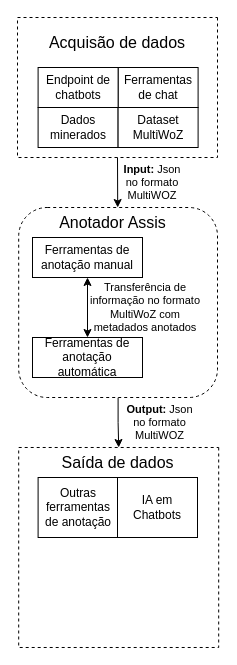
Earlier version of the draw.io diagram Paper/Diagrams/methodology_many_tools.drawio (Ze-Carioca-Team/Anotador). Source tidied: cells renumbered, new cells numbered last; positions are measured from the earlier drawing's top-left corner, leaving out a move shared by most shapes. Both pictures are drawn from the tidied source at 100%, with x=0, y=0 at pixel (17, 17).
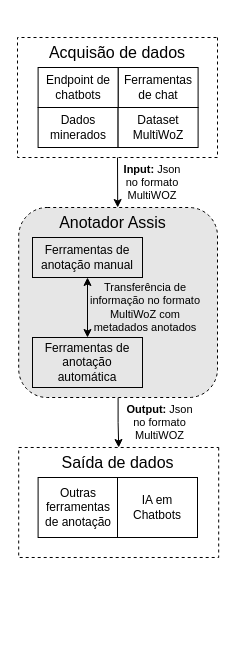
The same diagram, later.

Commit message:
Fixed spacing and added greyish colour

Diff of the diagram source:
```diff
@@
-    <mxCell id="3" style="rounded=1;whiteSpace=wrap;html=1;dashed=1;" parent="1" vertex="1">
+    <mxCell id="3" style="rounded=1;whiteSpace=wrap;html=1;dashed=1;fillColor=#E6E6E6;" parent="1" vertex="1">
       <mxGeometry x="1.2" y="190" width="198.8" height="190" as="geometry" />
     </mxCell>
-    <mxCell id="4" style="rounded=1;whiteSpace=wrap;html=1;dashed=1;rotation=0;direction=south;arcSize=0;" parent="1" vertex="1">
-      <mxGeometry width="200" height="140" as="geometry" />
+    <mxCell id="4" style="rounded=1;whiteSpace=wrap;html=1;dashed=1;rotation=0;direction=south;arcSize=0;fillColor=none;" parent="1" vertex="1">
+      <mxGeometry y="20" width="200" height="120" as="geometry" />
     </mxCell>
@@
-    <mxCell id="9" value="Ferramentas de anotação manual" style="rounded=0;whiteSpace=wrap;html=1;" parent="1" vertex="1">
+    <mxCell id="9" value="Ferramentas de anotação manual" style="rounded=0;whiteSpace=wrap;html=1;fillColor=none;" parent="1" vertex="1">
       <mxGeometry x="15" y="220" width="110" height="40" as="geometry" />
     </mxCell>
     <mxCell id="10" value="Acquisão de dados" style="text;html=1;strokeColor=none;fillColor=none;align=center;verticalAlign=middle;whiteSpace=wrap;rounded=0;dashed=1;fontSize=16;" parent="1" vertex="1">
-      <mxGeometry y="10" width="200" height="30" as="geometry" />
+      <mxGeometry y="20" width="200" height="30" as="geometry" />
     </mxCell>
@@
-    <mxCell id="12" value="Ferramentas de anotação automática" style="rounded=0;whiteSpace=wrap;html=1;" parent="1" vertex="1">
-      <mxGeometry x="15" y="320" width="110" height="40" as="geometry" />
+    <mxCell id="12" value="Ferramentas de anotação automática" style="rounded=0;whiteSpace=wrap;html=1;fillColor=none;" parent="1" vertex="1">
+      <mxGeometry x="15" y="320" width="110" height="50" as="geometry" />
     </mxCell>
@@
-    <mxCell id="17" style="rounded=1;whiteSpace=wrap;html=1;dashed=1;rotation=0;direction=south;arcSize=0;" parent="1" vertex="1">
-      <mxGeometry x="1.2" y="430" width="200" height="200" as="geometry" />
+    <mxCell id="17" style="rounded=1;whiteSpace=wrap;html=1;dashed=1;rotation=0;direction=south;arcSize=0;fillColor=none;" parent="1" vertex="1">
+      <mxGeometry x="1.2" y="430" width="200" height="110" as="geometry" />
     </mxCell>
```
